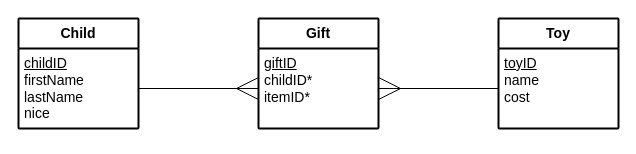
Before: n5-cs/ddd/N5-DDD-Santa-Gifts - WiP/assets/N5 DDD Santa.drawio in MrFriendCS/MrFriendCS.github.io, a draw.io diagram. Source tidied: cells renumbered, new cells numbered last; positions are measured from the earlier drawing's top-left corner, leaving out a move shared by most shapes. Both pictures are drawn from the tidied source at 100%, with x=0, y=0 at pixel (18, 18).
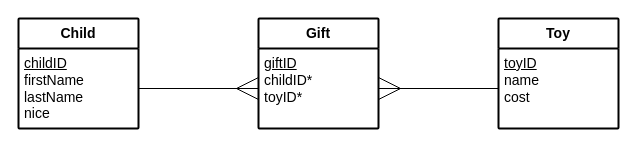
The same page after the edit.

What changed in the source:
```diff
@@
 <mxGraphModel>
   <root>
     <mxCell id="0" />
     <mxCell id="1" parent="0" />
     <mxCell id="2" value="&lt;b&gt;Child&lt;/b&gt;" style="swimlane;horizontal=1;startSize=30;rounded=1;fontSize=14;fontStyle=0;strokeWidth=2;shadow=0;dashed=0;align=center;arcSize=1;whiteSpace=wrap;html=1;fillColor=none;" parent="1" vertex="1">
       <mxGeometry width="120" height="110" as="geometry" />
     </mxCell>
     <mxCell id="3" value="&lt;font style=&quot;font-size: 14px;&quot;&gt;&lt;u style=&quot;&quot;&gt;childID&lt;/u&gt;&lt;br&gt;firstName&lt;br&gt;lastName&lt;br&gt;nice&lt;/font&gt;" style="align=left;strokeColor=none;fillColor=none;spacingLeft=4;fontSize=12;verticalAlign=top;html=1;" parent="2" vertex="1">
       <mxGeometry y="30" width="120" height="80" as="geometry" />
     </mxCell>
     <mxCell id="4" style="edgeStyle=orthogonalEdgeStyle;rounded=0;orthogonalLoop=1;jettySize=auto;html=1;exitX=0.5;exitY=1;exitDx=0;exitDy=0;" parent="2" edge="1" source="3" target="3">
       <mxGeometry relative="1" as="geometry" />
     </mxCell>
     <mxCell id="5" value="&lt;b&gt;Gift&lt;/b&gt;" style="swimlane;horizontal=1;startSize=30;rounded=1;fontSize=14;fontStyle=0;strokeWidth=2;shadow=0;dashed=0;align=center;arcSize=1;whiteSpace=wrap;html=1;fillColor=none;" parent="1" vertex="1">
       <mxGeometry x="240" width="120" height="110" as="geometry" />
     </mxCell>
-    <mxCell id="6" value="&lt;font style=&quot;font-size: 14px;&quot;&gt;&lt;u style=&quot;&quot;&gt;giftID&lt;/u&gt;&lt;/font&gt;&lt;div&gt;&lt;font style=&quot;font-size: 14px;&quot;&gt;childID*&lt;br&gt;itemID*&lt;br&gt;&lt;/font&gt;&lt;/div&gt;" style="align=left;strokeColor=none;fillColor=none;spacingLeft=4;fontSize=12;verticalAlign=top;html=1;" parent="5" vertex="1">
+    <mxCell id="6" value="&lt;font style=&quot;font-size: 14px;&quot;&gt;&lt;u style=&quot;&quot;&gt;giftID&lt;/u&gt;&lt;/font&gt;&lt;div&gt;&lt;font style=&quot;font-size: 14px;&quot;&gt;childID*&lt;br&gt;toyID*&lt;br&gt;&lt;/font&gt;&lt;/div&gt;" style="align=left;strokeColor=none;fillColor=none;spacingLeft=4;fontSize=12;verticalAlign=top;html=1;" parent="5" vertex="1">
       <mxGeometry y="30" width="120" height="80" as="geometry" />
     </mxCell>
     <mxCell id="7" style="rounded=0;jettySize=auto;html=1;exitX=1;exitY=0.5;exitDx=0;exitDy=0;entryX=0;entryY=0.5;entryDx=0;entryDy=0;endArrow=ERmany;endFill=0;endSize=20;" parent="1" edge="1" source="3" target="6">
       <mxGeometry relative="1" as="geometry" />
     </mxCell>
     <mxCell id="8" value="&lt;b&gt;Toy&lt;/b&gt;" style="swimlane;horizontal=1;startSize=30;rounded=1;fontSize=14;fontStyle=0;strokeWidth=2;shadow=0;dashed=0;align=center;arcSize=1;whiteSpace=wrap;html=1;fillColor=none;" parent="1" vertex="1">
       <mxGeometry x="480" width="120" height="110" as="geometry" />
     </mxCell>
     <mxCell id="9" value="&lt;font style=&quot;font-size: 14px;&quot;&gt;&lt;u style=&quot;&quot;&gt;toyID&lt;/u&gt;&lt;br&gt;name&lt;br&gt;&lt;/font&gt;&lt;div&gt;&lt;font style=&quot;font-size: 14px;&quot;&gt;cost&lt;/font&gt;&lt;/div&gt;" style="align=left;strokeColor=none;fillColor=none;spacingLeft=4;fontSize=12;verticalAlign=top;html=1;" parent="8" vertex="1">
       <mxGeometry y="30" width="120" height="80" as="geometry" />
     </mxCell>
     <mxCell id="10" style="endArrow=none;html=1;rounded=0;entryX=0;entryY=0.5;entryDx=0;entryDy=0;startArrow=ERmany;startFill=0;startSize=20;" parent="1" edge="1" target="9">
       <mxGeometry relative="1" as="geometry">
         <mxPoint x="360" y="70" as="sourcePoint" />
       </mxGeometry>
     </mxCell>
   </root>
 </mxGraphModel>
```
